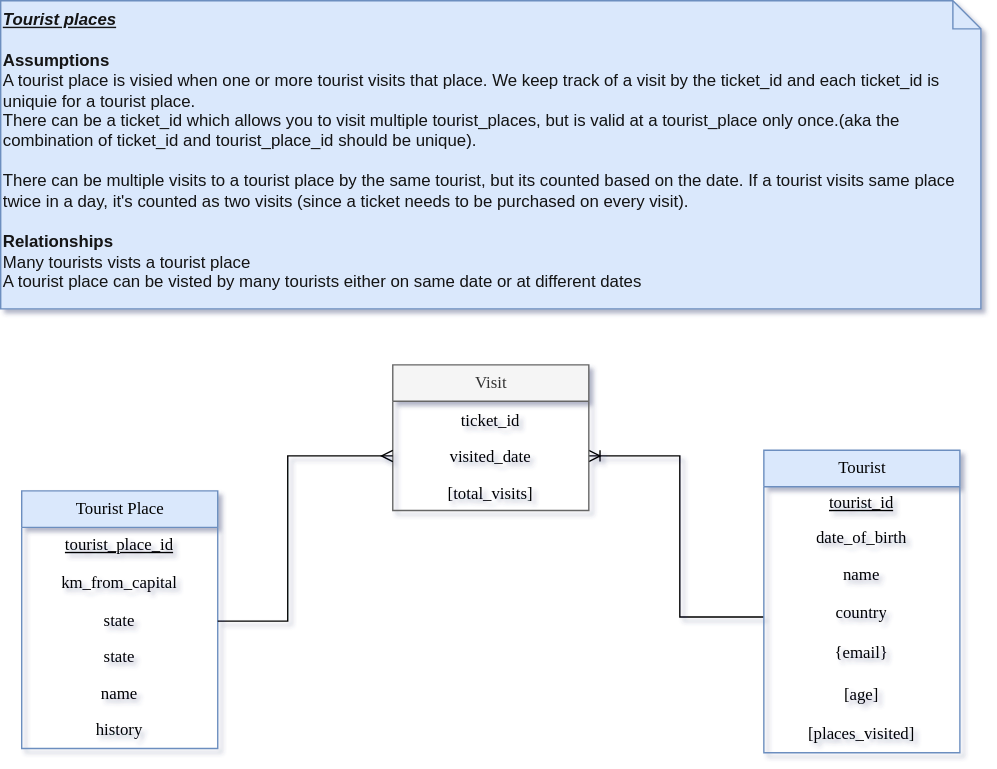
supriya-kotturu/entity-relationship-diagrams keeps this draw.io diagram as Tourism.drawio.svg. Above is the earlier version. Source tidied: cells renumbered, new cells last; positions are measured from the earlier drawing's top-left corner, leaving out a move shared by most shapes.
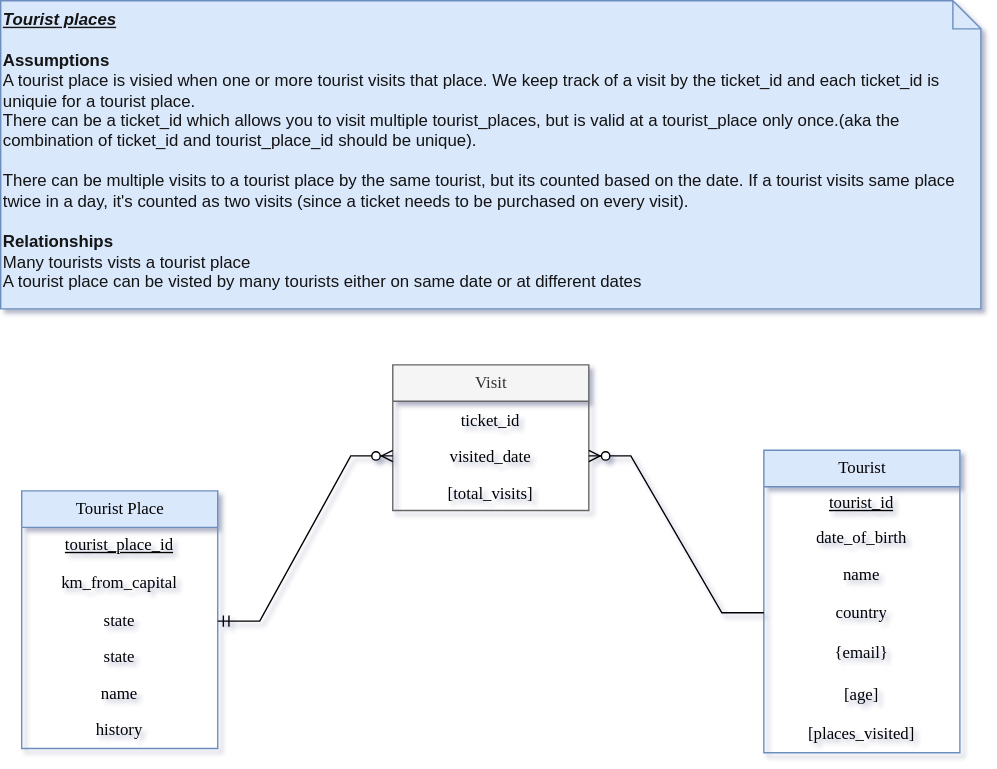
After the change.

The edit, as a diff of the source:
```diff
@@ -26,14 +26,6 @@
     <mxCell id="9" value="history" style="text;strokeColor=none;fillColor=none;align=center;verticalAlign=middle;spacingLeft=4;spacingRight=4;overflow=hidden;whiteSpace=wrap;html=1;labelBackgroundColor=none;fontFamily=Verdana;fontColor=#000000;" parent="3" vertex="1">
       <mxGeometry y="158" width="140" height="26" as="geometry" />
     </mxCell>
-    <mxCell id="10" style="edgeStyle=orthogonalEdgeStyle;rounded=0;jettySize=auto;html=1;entryX=1;entryY=0.5;entryDx=0;entryDy=0;endArrow=ERoneToMany;endFill=0;" parent="1" edge="1" source="11" target="21">
-      <mxGeometry relative="1" as="geometry">
-        <Array as="points">
-          <mxPoint x="485" y="440" />
-          <mxPoint x="485" y="325" />
-        </Array>
-      </mxGeometry>
-    </mxCell>
     <mxCell id="11" value="Tourist" style="swimlane;fontStyle=0;horizontal=1;startSize=26;fillColor=#dae8fc;html=1;labelBackgroundColor=none;fontFamily=Verdana;strokeColor=#6c8ebf;fontColor=#000000;align=center;verticalAlign=middle;" parent="1" vertex="1">
       <mxGeometry x="545" y="321" width="140" height="216" as="geometry" />
     </mxCell>
@@ -70,13 +62,11 @@
     <mxCell id="22" value="[total_visits]" style="text;strokeColor=none;fillColor=none;align=center;verticalAlign=top;spacingLeft=4;spacingRight=4;overflow=hidden;whiteSpace=wrap;html=1;labelBackgroundColor=none;fontFamily=Verdana;fontColor=#000000;" parent="19" vertex="1">
       <mxGeometry y="78" width="140" height="26" as="geometry" />
     </mxCell>
+    <mxCell id="24" style="edgeStyle=entityRelationEdgeStyle;fontSize=12;html=1;endArrow=ERzeroToMany;endFill=1;rounded=0;exitX=0;exitY=0.5;exitDx=0;exitDy=0;entryX=1;entryY=0.5;entryDx=0;entryDy=0;" parent="1" edge="1" source="15" target="21">
+      <mxGeometry relative="1" as="geometry" />
+    </mxCell>
-    <mxCell id="23" style="edgeStyle=orthogonalEdgeStyle;rounded=0;jettySize=auto;html=1;entryX=0;entryY=0.5;entryDx=0;entryDy=0;endArrow=ERmany;endFill=0;" parent="1" edge="1" source="6" target="21">
-      <mxGeometry relative="1" as="geometry">
-        <Array as="points">
-          <mxPoint x="205" y="443" />
-          <mxPoint x="205" y="325" />
-        </Array>
-      </mxGeometry>
+    <mxCell id="23" style="edgeStyle=entityRelationEdgeStyle;fontSize=12;html=1;endArrow=ERzeroToMany;startArrow=ERmandOne;rounded=0;exitX=1;exitY=0.5;exitDx=0;exitDy=0;entryX=0;entryY=0.5;entryDx=0;entryDy=0;" parent="1" edge="1" source="6" target="21">
+      <mxGeometry relative="1" as="geometry" />
     </mxCell>
   </root>
 </mxGraphModel>
```
